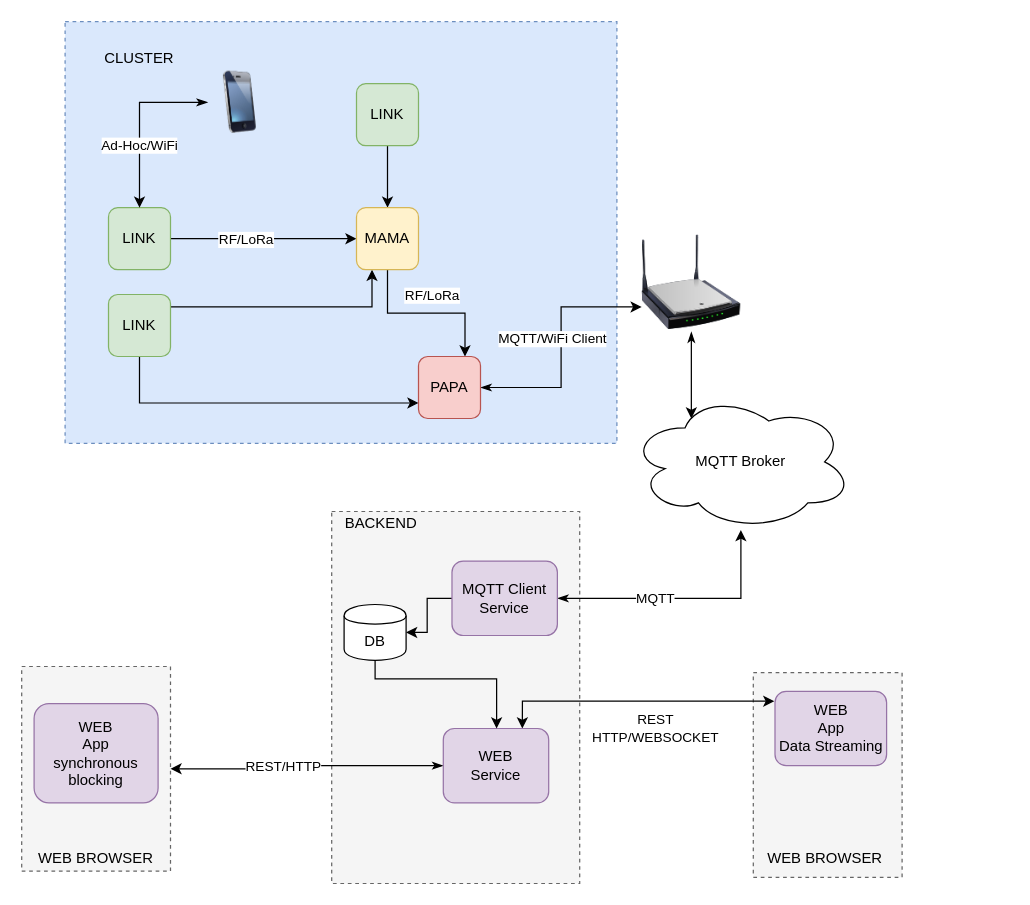
Earlier version of the draw.io diagram CDP-Diagram.drawio (amirna2/cdp-demo). Source tidied: cells renumbered, new cells numbered last; positions are measured from the earlier drawing's top-left corner, leaving out a move shared by most shapes. Both pictures are drawn from the tidied source at 124%, with x=0, y=0 at pixel (21, 21).
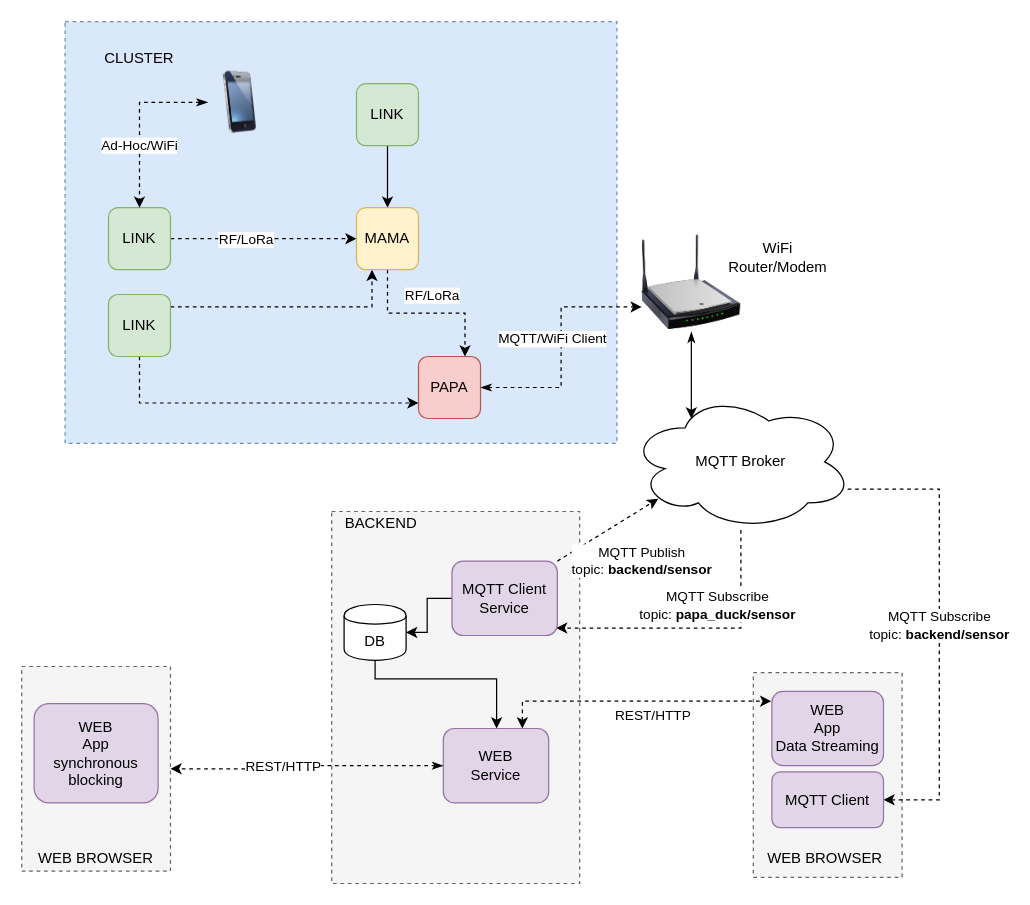
The same page after the edit.

Commit message (it also covers changes not shown here):
Added publish from mqtt-service

The change refers to these unchanged cells:
```xml
<mxCell id="4" style="rounded=0;whiteSpace=wrap;html=1;dashed=1;fillColor=#f5f5f5;strokeColor=#666666;fontColor=#333333;" parent="1" vertex="1">
  <mxGeometry y="520" width="120" height="165" as="geometry" />
</mxCell>
<mxCell id="8" value="LINK" style="rounded=1;whiteSpace=wrap;html=1;fillColor=#d5e8d4;strokeColor=#82b366;" parent="1" vertex="1">
  <mxGeometry x="70" y="150" width="50" height="50" as="geometry" />
</mxCell>
<mxCell id="13" value="LINK" style="rounded=1;whiteSpace=wrap;html=1;fillColor=#d5e8d4;strokeColor=#82b366;" parent="1" vertex="1">
  <mxGeometry x="70" y="220" width="50" height="50" as="geometry" />
</mxCell>
<mxCell id="16" value="MAMA" style="rounded=1;whiteSpace=wrap;html=1;fillColor=#fff2cc;strokeColor=#d6b656;" parent="1" vertex="1">
  <mxGeometry x="270" y="150" width="50" height="50" as="geometry" />
</mxCell>
<mxCell id="19" value="PAPA" style="rounded=1;whiteSpace=wrap;html=1;fillColor=#f8cecc;strokeColor=#b85450;" parent="1" vertex="1">
  <mxGeometry x="320" y="270" width="50" height="50" as="geometry" />
</mxCell>
<mxCell id="20" value="MQTT Broker" style="ellipse;shape=cloud;whiteSpace=wrap;html=1;" parent="1" vertex="1">
  <mxGeometry x="490" y="300" width="180" height="110" as="geometry" />
</mxCell>
<mxCell id="24" value="MQTT Client&lt;br&gt;Service" style="rounded=1;whiteSpace=wrap;html=1;fillColor=#e1d5e7;strokeColor=#9673a6;" parent="1" vertex="1">
  <mxGeometry x="347" y="435" width="85" height="60" as="geometry" />
</mxCell>
<mxCell id="29" value="WEB&lt;br&gt;Service" style="rounded=1;whiteSpace=wrap;html=1;fillColor=#e1d5e7;strokeColor=#9673a6;" parent="1" vertex="1">
  <mxGeometry x="340" y="570" width="85" height="60" as="geometry" />
</mxCell>
<mxCell id="35" style="image;html=1;image=img/lib/clip_art/telecommunication/iPhone_128x128.png;dashed=1;" parent="1" vertex="1">
  <mxGeometry x="150" y="40" width="52" height="50" as="geometry" />
</mxCell>
<mxCell id="37" style="image;html=1;image=img/lib/clip_art/networking/Wireless_Router_N_128x128.png;dashed=1;" parent="1" vertex="1">
  <mxGeometry x="500" y="170" width="80" height="80" as="geometry" />
</mxCell>
```

What changed in the source:
```diff
@@
-    <mxCell id="6" style="edgeStyle=orthogonalEdgeStyle;rounded=0;jettySize=auto;html=1;entryX=0;entryY=0.5;entryDx=0;entryDy=0;" parent="1" edge="1" source="8" target="16">
+    <mxCell id="6" style="edgeStyle=orthogonalEdgeStyle;rounded=0;jettySize=auto;html=1;entryX=0;entryY=0.5;entryDx=0;entryDy=0;dashed=1;" parent="1" edge="1" source="8" target="16">
       <mxGeometry relative="1" as="geometry" />
     </mxCell>
@@
-    <mxCell id="11" style="edgeStyle=orthogonalEdgeStyle;rounded=0;jettySize=auto;html=1;entryX=0.25;entryY=1;entryDx=0;entryDy=0;" parent="1" edge="1" source="13" target="16">
+    <mxCell id="11" style="edgeStyle=orthogonalEdgeStyle;rounded=0;jettySize=auto;html=1;entryX=0.25;entryY=1;entryDx=0;entryDy=0;dashed=1;" parent="1" edge="1" source="13" target="16">
       <mxGeometry relative="1" as="geometry">
         <Array as="points">
           <mxPoint x="283" y="230" />
         </Array>
       </mxGeometry>
     </mxCell>
-    <mxCell id="12" style="edgeStyle=orthogonalEdgeStyle;rounded=0;jettySize=auto;html=1;entryX=0;entryY=0.75;entryDx=0;entryDy=0;exitX=0.5;exitY=1;exitDx=0;exitDy=0;" parent="1" edge="1" source="13" target="19">
+    <mxCell id="12" style="edgeStyle=orthogonalEdgeStyle;rounded=0;jettySize=auto;html=1;entryX=0;entryY=0.75;entryDx=0;entryDy=0;exitX=0.5;exitY=1;exitDx=0;exitDy=0;dashed=1;" parent="1" edge="1" source="13" target="19">
       <mxGeometry relative="1" as="geometry" />
     </mxCell>
@@
-    <mxCell id="14" style="edgeStyle=orthogonalEdgeStyle;rounded=0;jettySize=auto;html=1;entryX=0.75;entryY=0;entryDx=0;entryDy=0;" parent="1" edge="1" source="16" target="19">
+    <mxCell id="14" style="edgeStyle=orthogonalEdgeStyle;rounded=0;jettySize=auto;html=1;entryX=0.75;entryY=0;entryDx=0;entryDy=0;dashed=1;" parent="1" edge="1" source="16" target="19">
       <mxGeometry relative="1" as="geometry" />
     </mxCell>
@@
-    <mxCell id="17" style="edgeStyle=orthogonalEdgeStyle;rounded=0;jettySize=auto;html=1;startArrow=classicThin;startFill=1;entryX=0;entryY=0.75;entryDx=0;entryDy=0;" parent="1" edge="1" source="19" target="37">
+    <mxCell id="17" style="edgeStyle=orthogonalEdgeStyle;rounded=0;jettySize=auto;html=1;startArrow=classicThin;startFill=1;entryX=0;entryY=0.75;entryDx=0;entryDy=0;dashed=1;" parent="1" edge="1" source="19" target="37">
       <mxGeometry relative="1" as="geometry" />
     </mxCell>
@@
+    <mxCell id="42" style="edgeStyle=orthogonalEdgeStyle;rounded=0;jettySize=auto;html=1;entryX=0.988;entryY=0.9;entryDx=0;entryDy=0;entryPerimeter=0;startArrow=none;startFill=0;endArrow=classic;endFill=1;dashed=1;" parent="1" edge="1" source="20" target="24">
+      <mxGeometry relative="1" as="geometry">
+        <Array as="points">
+          <mxPoint x="580" y="489" />
+        </Array>
+      </mxGeometry>
+    </mxCell>
+    <mxCell id="43" value="MQTT Subscribe&lt;br&gt;topic: &lt;b&gt;papa_duck/sensor&lt;/b&gt;" style="edgeLabel;html=1;align=center;verticalAlign=middle;" parent="42" vertex="1">
+      <mxGeometry x="0.38" y="-3" relative="1" as="geometry">
+        <mxPoint x="58" y="-16" as="offset" />
+      </mxGeometry>
+    </mxCell>
@@
-    <mxCell id="21" style="edgeStyle=orthogonalEdgeStyle;rounded=0;jettySize=auto;html=1;startArrow=classicThin;startFill=1;" parent="1" edge="1" source="24" target="20">
-      <mxGeometry relative="1" as="geometry" />
-    </mxCell>
-    <mxCell id="22" value="MQTT" style="edgeLabel;html=1;align=center;verticalAlign=middle;" parent="21" vertex="1">
-      <mxGeometry x="-0.23" y="1" relative="1" as="geometry" />
-    </mxCell>
@@
-    <mxCell id="25" style="edgeStyle=orthogonalEdgeStyle;rounded=0;jettySize=auto;html=1;startArrow=classicThin;startFill=1;" parent="1" edge="1" source="29" target="4">
+    <mxCell id="25" style="edgeStyle=orthogonalEdgeStyle;rounded=0;jettySize=auto;html=1;startArrow=classicThin;startFill=1;dashed=1;" parent="1" edge="1" source="29" target="4">
       <mxGeometry relative="1" as="geometry" />
     </mxCell>
@@
-    <mxCell id="27" style="edgeStyle=orthogonalEdgeStyle;rounded=0;jettySize=auto;html=1;exitX=0.75;exitY=0;exitDx=0;exitDy=0;entryX=-0.006;entryY=0.133;entryDx=0;entryDy=0;entryPerimeter=0;startArrow=classic;startFill=1;" parent="1" edge="1" source="29" target="38">
+    <mxCell id="27" style="edgeStyle=orthogonalEdgeStyle;rounded=0;jettySize=auto;html=1;exitX=0.75;exitY=0;exitDx=0;exitDy=0;entryX=-0.006;entryY=0.133;entryDx=0;entryDy=0;entryPerimeter=0;startArrow=classic;startFill=1;dashed=1;" parent="1" edge="1" source="29" target="38">
       <mxGeometry relative="1" as="geometry" />
     </mxCell>
-    <mxCell id="28" value="REST&lt;br&gt;HTTP/WEBSOCKET" style="edgeLabel;html=1;align=center;verticalAlign=middle;" parent="27" vertex="1">
+    <mxCell id="28" value="REST/HTTP" style="edgeLabel;html=1;align=center;verticalAlign=middle;" parent="27" vertex="1">
       <mxGeometry x="-0.08" y="1" relative="1" as="geometry">
-        <mxPoint x="25.2" y="23" as="offset" />
+        <mxPoint x="25.2" y="13" as="offset" />
       </mxGeometry>
     </mxCell>
@@
-    <mxCell id="34" value="Ad-Hoc/WiFi" style="edgeStyle=orthogonalEdgeStyle;rounded=0;jettySize=auto;html=1;startArrow=classicThin;startFill=1;" parent="1" edge="1" source="35" target="8">
+    <mxCell id="34" value="Ad-Hoc/WiFi" style="edgeStyle=orthogonalEdgeStyle;rounded=0;jettySize=auto;html=1;startArrow=classicThin;startFill=1;dashed=1;" parent="1" edge="1" source="35" target="8">
       <mxGeometry x="0.29" relative="1" as="geometry" />
     </mxCell>
@@
     <mxCell id="38" value="WEB&lt;br&gt;App&lt;br&gt;Data Streaming" style="rounded=1;whiteSpace=wrap;html=1;fillColor=#e1d5e7;strokeColor=#9673a6;" parent="1" vertex="1">
-      <mxGeometry x="607.5" y="540" width="90" height="60" as="geometry" />
+      <mxGeometry x="605" y="540" width="90" height="60" as="geometry" />
     </mxCell>
@@
+    <mxCell id="21" value="MQTT Publish&lt;br&gt;topic: &lt;b&gt;backend/sensor&lt;/b&gt;" style="endArrow=classic;html=1;entryX=0.13;entryY=0.77;entryDx=0;entryDy=0;entryPerimeter=0;exitX=1;exitY=0;exitDx=0;exitDy=0;dashed=1;" parent="1" edge="1" source="24" target="20">
+      <mxGeometry x="0.21" y="-36" relative="1" as="geometry" />
+    </mxCell>
+    <mxCell id="44" value="MQTT Subscribe&lt;br&gt;topic: &lt;b&gt;backend/sensor&lt;/b&gt;" style="edgeStyle=orthogonalEdgeStyle;rounded=0;jettySize=auto;html=1;entryX=0.96;entryY=0.7;entryDx=0;entryDy=0;entryPerimeter=0;startArrow=classic;startFill=1;endArrow=none;endFill=0;dashed=1;" parent="1" edge="1" source="45" target="20">
+      <mxGeometry relative="1" as="geometry">
+        <Array as="points">
+          <mxPoint x="740" y="628" />
+          <mxPoint x="740" y="377" />
+        </Array>
+      </mxGeometry>
+    </mxCell>
+    <mxCell id="45" value="MQTT Client" style="rounded=1;whiteSpace=wrap;html=1;fillColor=#e1d5e7;strokeColor=#9673a6;" parent="1" vertex="1">
+      <mxGeometry x="605" y="605" width="90" height="45" as="geometry" />
+    </mxCell>
+    <mxCell id="46" value="WiFi Router/Modem" style="text;html=1;strokeColor=none;fillColor=none;align=center;verticalAlign=middle;whiteSpace=wrap;rounded=0;" parent="1" vertex="1">
+      <mxGeometry x="560" y="180" width="100" height="20" as="geometry" />
+    </mxCell>
```
